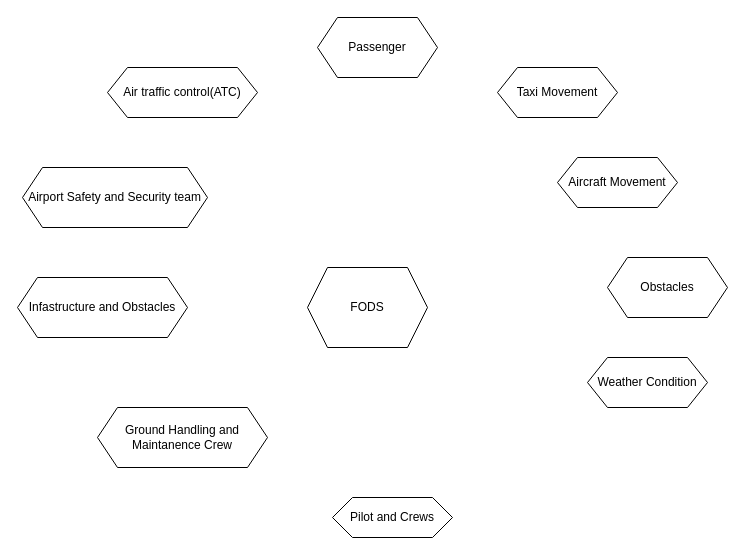
Above: Env Diagram.drawio in varuneranki/MBSE (draw.io), before the change. Source tidied: cells renumbered, new cells numbered last; positions are measured from the earlier drawing's top-left corner, leaving out a move shared by most shapes. Both pictures are drawn from the tidied source at 100%, with x=0, y=0 at pixel (17, 17).
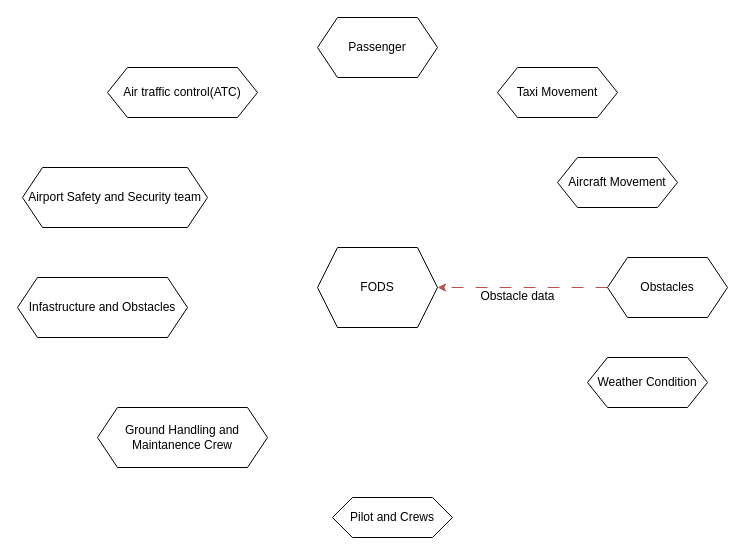
The same page after the edit.

Change to the diagram source:
```diff
@@
 <mxGraphModel>
   <root>
     <mxCell id="0" />
     <mxCell id="1" parent="0" />
     <mxCell id="2" value="FODS" style="shape=hexagon;perimeter=hexagonPerimeter2;whiteSpace=wrap;html=1;fixedSize=1;" parent="1" vertex="1">
-      <mxGeometry x="290" y="250" width="120" height="80" as="geometry" />
+      <mxGeometry x="300" y="230" width="120" height="80" as="geometry" />
     </mxCell>
     <mxCell id="3" value="Pilot and Crews" style="shape=hexagon;perimeter=hexagonPerimeter2;whiteSpace=wrap;html=1;fixedSize=1;" parent="1" vertex="1">
       <mxGeometry x="315" y="480" width="120" height="40" as="geometry" />
     </mxCell>
     <mxCell id="4" value="Air traffic control(ATC)" style="shape=hexagon;perimeter=hexagonPerimeter2;whiteSpace=wrap;html=1;fixedSize=1;" parent="1" vertex="1">
       <mxGeometry x="90" y="50" width="150" height="50" as="geometry" />
     </mxCell>
     <mxCell id="5" value="Aircraft Movement" style="shape=hexagon;perimeter=hexagonPerimeter2;whiteSpace=wrap;html=1;fixedSize=1;" parent="1" vertex="1">
       <mxGeometry x="540" y="140" width="120" height="50" as="geometry" />
     </mxCell>
     <mxCell id="6" value="Taxi Movement" style="shape=hexagon;perimeter=hexagonPerimeter2;whiteSpace=wrap;html=1;fixedSize=1;" parent="1" vertex="1">
       <mxGeometry x="480" y="50" width="120" height="50" as="geometry" />
     </mxCell>
     <mxCell id="7" value="Ground Handling and Maintanence Crew" style="shape=hexagon;perimeter=hexagonPerimeter2;whiteSpace=wrap;html=1;fixedSize=1;" parent="1" vertex="1">
       <mxGeometry x="80" y="390" width="170" height="60" as="geometry" />
     </mxCell>
     <mxCell id="8" value="Infastructure and Obstacles" style="shape=hexagon;perimeter=hexagonPerimeter2;whiteSpace=wrap;html=1;fixedSize=1;" parent="1" vertex="1">
       <mxGeometry y="260" width="170" height="60" as="geometry" />
     </mxCell>
     <mxCell id="9" value="Airport Safety and Security team" style="shape=hexagon;perimeter=hexagonPerimeter2;whiteSpace=wrap;html=1;fixedSize=1;" parent="1" vertex="1">
       <mxGeometry x="5" y="150" width="185" height="60" as="geometry" />
     </mxCell>
     <mxCell id="10" value="Passenger" style="shape=hexagon;perimeter=hexagonPerimeter2;whiteSpace=wrap;html=1;fixedSize=1;" parent="1" vertex="1">
       <mxGeometry x="300" width="120" height="60" as="geometry" />
     </mxCell>
+    <mxCell id="13" style="edgeStyle=orthogonalEdgeStyle;rounded=0;jettySize=auto;html=1;entryX=1;entryY=0.5;entryDx=0;entryDy=0;dashed=1;dashPattern=12 12;fillColor=#f8cecc;strokeColor=#b85450;" parent="1" edge="1" source="11" target="2">
+      <mxGeometry relative="1" as="geometry" />
+    </mxCell>
     <mxCell id="11" value="Obstacles" style="shape=hexagon;perimeter=hexagonPerimeter2;whiteSpace=wrap;html=1;fixedSize=1;" parent="1" vertex="1">
       <mxGeometry x="590" y="240" width="120" height="60" as="geometry" />
     </mxCell>
     <mxCell id="12" value="Weather Condition" style="shape=hexagon;perimeter=hexagonPerimeter2;whiteSpace=wrap;html=1;fixedSize=1;" parent="1" vertex="1">
       <mxGeometry x="570" y="340" width="120" height="50" as="geometry" />
     </mxCell>
+    <mxCell id="14" value="Obstacle data" style="text;html=1;align=center;verticalAlign=middle;strokeColor=none;fillColor=none;" parent="1" vertex="1">
+      <mxGeometry x="450" y="264" width="100" height="30" as="geometry" />
+    </mxCell>
   </root>
 </mxGraphModel>
```
